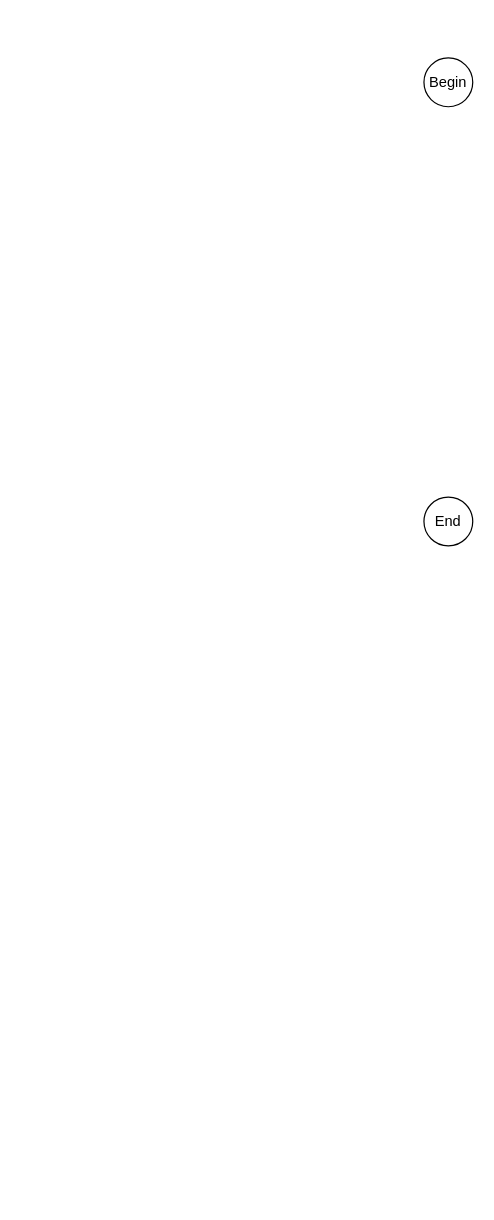
This is schemes/Scheme.drawio from ilyinae/IntroductionResultWork, a draw.io file, before an edit. Source tidied: cells renumbered, new cells numbered last; positions are measured from the earlier drawing's top-left corner, leaving out a move shared by most shapes. Both pictures are drawn from the tidied source at 122%, with x=0, y=0 at pixel (423, 57).
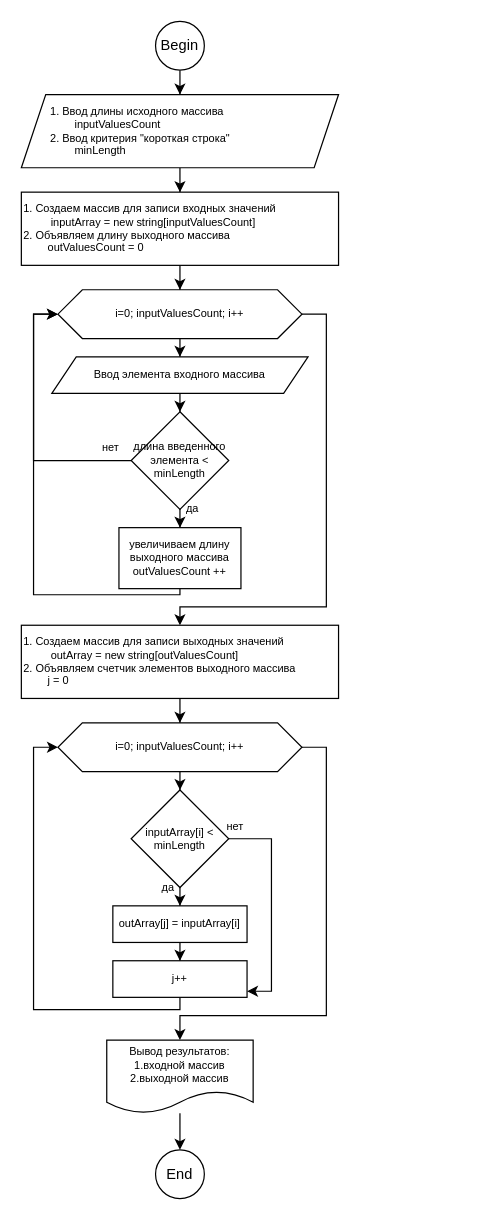
Above is the later version.

The edit, as a diff of the source:
```diff
@@
+    <mxCell id="4" style="edgeStyle=orthogonalEdgeStyle;rounded=0;jettySize=auto;html=1;fontSize=9;fontColor=default;" parent="1" edge="1" source="2" target="6">
+      <mxGeometry relative="1" as="geometry" />
+    </mxCell>
     <mxCell id="2" value="Begin" style="ellipse;whiteSpace=wrap;html=1;" parent="1" vertex="1">
-      <mxGeometry width="40" height="40" as="geometry" />
+      <mxGeometry x="-220" y="-30" width="40" height="40" as="geometry" />
     </mxCell>
     <mxCell id="3" value="End" style="ellipse;whiteSpace=wrap;html=1;" parent="1" vertex="1">
-      <mxGeometry y="360" width="40" height="40" as="geometry" />
+      <mxGeometry x="-220" y="895" width="40" height="40" as="geometry" />
     </mxCell>
+    <mxCell id="5" style="edgeStyle=orthogonalEdgeStyle;rounded=0;jettySize=auto;html=1;fontSize=9;fontColor=default;" parent="1" edge="1" source="6" target="16">
+      <mxGeometry relative="1" as="geometry" />
+    </mxCell>
+    <mxCell id="6" value="1. Ввод длины исходного массива&lt;br&gt;&lt;span style=&quot;white-space: pre;&quot;&gt;&#9;&lt;/span&gt;inputValuesCount&lt;br&gt;2. Ввод критерия &quot;короткая строка&quot;&lt;br&gt;&lt;span style=&quot;white-space: pre;&quot;&gt;&#9;&lt;/span&gt;minLength" style="shape=parallelogram;perimeter=parallelogramPerimeter;whiteSpace=wrap;fixedSize=1;fontSize=9;fontColor=default;html=1;align=left;spacingLeft=22;" parent="1" vertex="1">
+      <mxGeometry x="-330" y="30" width="260" height="60" as="geometry" />
+    </mxCell>
+    <mxCell id="7" style="edgeStyle=orthogonalEdgeStyle;rounded=0;jettySize=auto;html=1;fontSize=9;fontColor=default;" parent="1" edge="1" source="9" target="11">
+      <mxGeometry relative="1" as="geometry" />
+    </mxCell>
+    <mxCell id="8" style="edgeStyle=orthogonalEdgeStyle;rounded=0;jettySize=auto;html=1;fontSize=9;fontColor=default;" parent="1" edge="1" source="9" target="23">
+      <mxGeometry relative="1" as="geometry">
+        <Array as="points">
+          <mxPoint x="-80" y="210" />
+          <mxPoint x="-80" y="450" />
+          <mxPoint x="-200" y="450" />
+        </Array>
+      </mxGeometry>
+    </mxCell>
+    <mxCell id="9" value="i=0;&amp;nbsp;inputValuesCount; i++" style="shape=hexagon;perimeter=hexagonPerimeter2;whiteSpace=wrap;fixedSize=1;html=1;fontSize=9;" parent="1" vertex="1">
+      <mxGeometry x="-300" y="190" width="200" height="40" as="geometry" />
+    </mxCell>
+    <mxCell id="10" style="edgeStyle=orthogonalEdgeStyle;rounded=0;jettySize=auto;html=1;fontSize=9;fontColor=default;" parent="1" edge="1" source="11" target="14">
+      <mxGeometry relative="1" as="geometry" />
+    </mxCell>
+    <mxCell id="11" value="Ввод элемента входного массива&lt;br&gt;" style="shape=parallelogram;perimeter=parallelogramPerimeter;whiteSpace=wrap;fixedSize=1;fontSize=9;fontColor=default;html=1;" parent="1" vertex="1">
+      <mxGeometry x="-305" y="245" width="210" height="30" as="geometry" />
+    </mxCell>
+    <mxCell id="12" value="да" style="edgeStyle=orthogonalEdgeStyle;rounded=0;jettySize=auto;html=1;fontSize=9;fontColor=default;" parent="1" edge="1" source="14" target="18">
+      <mxGeometry x="-1" y="10" relative="1" as="geometry" />
+    </mxCell>
+    <mxCell id="13" value="нет" style="edgeStyle=orthogonalEdgeStyle;rounded=0;jettySize=auto;html=1;fontSize=9;fontColor=default;" parent="1" edge="1" source="14" target="9">
+      <mxGeometry x="-0.85" y="-10" relative="1" as="geometry">
+        <Array as="points">
+          <mxPoint x="-320" y="330" />
+          <mxPoint x="-320" y="210" />
+        </Array>
+      </mxGeometry>
+    </mxCell>
+    <mxCell id="14" value="длина введенного элемента &amp;lt; minLength" style="rhombus;whiteSpace=wrap;html=1;fontSize=9;fontColor=default;" parent="1" vertex="1">
+      <mxGeometry x="-240" y="290" width="80" height="80" as="geometry" />
+    </mxCell>
+    <mxCell id="15" style="edgeStyle=orthogonalEdgeStyle;rounded=0;jettySize=auto;html=1;fontSize=9;fontColor=default;" parent="1" edge="1" source="16" target="9">
+      <mxGeometry relative="1" as="geometry" />
+    </mxCell>
+    <mxCell id="16" value="1. Создаем массив для записи входных значений&#10;         inputArray = new string[inputValuesCount]&#10;2. Объявляем длину выходного массива&#10;        outValuesCount = 0" style="rounded=0;whiteSpace=wrap;fontSize=9;fontColor=default;align=left;" parent="1" vertex="1">
+      <mxGeometry x="-330" y="110" width="260" height="60" as="geometry" />
+    </mxCell>
+    <mxCell id="17" style="edgeStyle=orthogonalEdgeStyle;rounded=0;jettySize=auto;html=1;fontSize=9;fontColor=default;" parent="1" edge="1" source="18" target="9">
+      <mxGeometry relative="1" as="geometry">
+        <Array as="points">
+          <mxPoint x="-200" y="440" />
+          <mxPoint x="-320" y="440" />
+          <mxPoint x="-320" y="210" />
+        </Array>
+      </mxGeometry>
+    </mxCell>
+    <mxCell id="18" value="увеличиваем длину выходного массива&#10;outValuesCount ++" style="rounded=0;whiteSpace=wrap;fontSize=9;fontColor=default;" parent="1" vertex="1">
+      <mxGeometry x="-250" y="385" width="100" height="50" as="geometry" />
+    </mxCell>
+    <mxCell id="19" style="edgeStyle=orthogonalEdgeStyle;rounded=0;jettySize=auto;html=1;fontSize=9;fontColor=default;" parent="1" edge="1" source="21" target="26">
+      <mxGeometry relative="1" as="geometry" />
+    </mxCell>
+    <mxCell id="20" style="edgeStyle=orthogonalEdgeStyle;rounded=0;jettySize=auto;html=1;fontSize=9;fontColor=default;" parent="1" edge="1" source="21" target="32">
+      <mxGeometry relative="1" as="geometry">
+        <Array as="points">
+          <mxPoint x="-80" y="565" />
+          <mxPoint x="-80" y="785" />
+          <mxPoint x="-200" y="785" />
+        </Array>
+      </mxGeometry>
+    </mxCell>
+    <mxCell id="21" value="i=0;&amp;nbsp;inputValuesCount; i++" style="shape=hexagon;perimeter=hexagonPerimeter2;whiteSpace=wrap;fixedSize=1;html=1;fontSize=9;" parent="1" vertex="1">
+      <mxGeometry x="-300" y="545" width="200" height="40" as="geometry" />
+    </mxCell>
+    <mxCell id="22" style="edgeStyle=orthogonalEdgeStyle;rounded=0;jettySize=auto;html=1;entryX=0.5;entryY=0;entryDx=0;entryDy=0;fontSize=9;fontColor=default;" parent="1" edge="1" source="23" target="21">
+      <mxGeometry relative="1" as="geometry" />
+    </mxCell>
+    <mxCell id="23" value="1. Создаем массив для записи выходных значений&#10;         outArray = new string[outValuesCount]&#10;2. Объявляем счетчик элементов выходного массива &#10;        j = 0" style="rounded=0;whiteSpace=wrap;fontSize=9;fontColor=default;align=left;" parent="1" vertex="1">
+      <mxGeometry x="-330" y="465" width="260" height="60" as="geometry" />
+    </mxCell>
+    <mxCell id="24" value="да" style="edgeStyle=orthogonalEdgeStyle;rounded=0;jettySize=auto;html=1;fontSize=9;fontColor=default;" parent="1" edge="1" source="26" target="28">
+      <mxGeometry x="0.54" y="-10" relative="1" as="geometry" />
+    </mxCell>
+    <mxCell id="25" value="нет" style="edgeStyle=orthogonalEdgeStyle;rounded=0;jettySize=auto;html=1;fontSize=9;fontColor=default;" parent="1" edge="1" source="26" target="30">
+      <mxGeometry x="-0.94" y="10" relative="1" as="geometry">
+        <Array as="points">
+          <mxPoint x="-125" y="640" />
+          <mxPoint x="-125" y="765" />
+        </Array>
+      </mxGeometry>
+    </mxCell>
+    <mxCell id="26" value="inputArray[i] &amp;lt; minLength" style="rhombus;whiteSpace=wrap;html=1;fontSize=9;fontColor=default;" parent="1" vertex="1">
+      <mxGeometry x="-240" y="600" width="80" height="80" as="geometry" />
+    </mxCell>
+    <mxCell id="27" style="edgeStyle=orthogonalEdgeStyle;rounded=0;jettySize=auto;html=1;fontSize=9;fontColor=default;" parent="1" edge="1" source="28" target="30">
+      <mxGeometry relative="1" as="geometry" />
+    </mxCell>
+    <mxCell id="28" value="outArray[j] = inputArray[i]" style="rounded=0;whiteSpace=wrap;fontSize=9;fontColor=default;align=center;" parent="1" vertex="1">
+      <mxGeometry x="-255" y="695" width="110" height="30" as="geometry" />
+    </mxCell>
+    <mxCell id="29" style="edgeStyle=orthogonalEdgeStyle;rounded=0;jettySize=auto;html=1;entryX=0;entryY=0.5;entryDx=0;entryDy=0;fontSize=9;fontColor=default;" parent="1" edge="1" source="30" target="21">
+      <mxGeometry relative="1" as="geometry">
+        <Array as="points">
+          <mxPoint x="-200" y="780" />
+          <mxPoint x="-320" y="780" />
+          <mxPoint x="-320" y="565" />
+        </Array>
+      </mxGeometry>
+    </mxCell>
+    <mxCell id="30" value="j++" style="rounded=0;whiteSpace=wrap;fontSize=9;fontColor=default;align=center;" parent="1" vertex="1">
+      <mxGeometry x="-255" y="740" width="110" height="30" as="geometry" />
+    </mxCell>
+    <mxCell id="31" style="edgeStyle=orthogonalEdgeStyle;rounded=0;jettySize=auto;html=1;fontSize=9;fontColor=default;" parent="1" edge="1" source="32" target="3">
+      <mxGeometry relative="1" as="geometry" />
+    </mxCell>
+    <mxCell id="32" value="Вывод результатов:&lt;br&gt;1.входной массив&lt;br&gt;2.выходной массив&lt;br&gt;" style="shape=document;whiteSpace=wrap;html=1;boundedLbl=1;fontSize=9;fontColor=default;" parent="1" vertex="1">
+      <mxGeometry x="-260" y="805" width="120" height="60" as="geometry" />
+    </mxCell>
```
